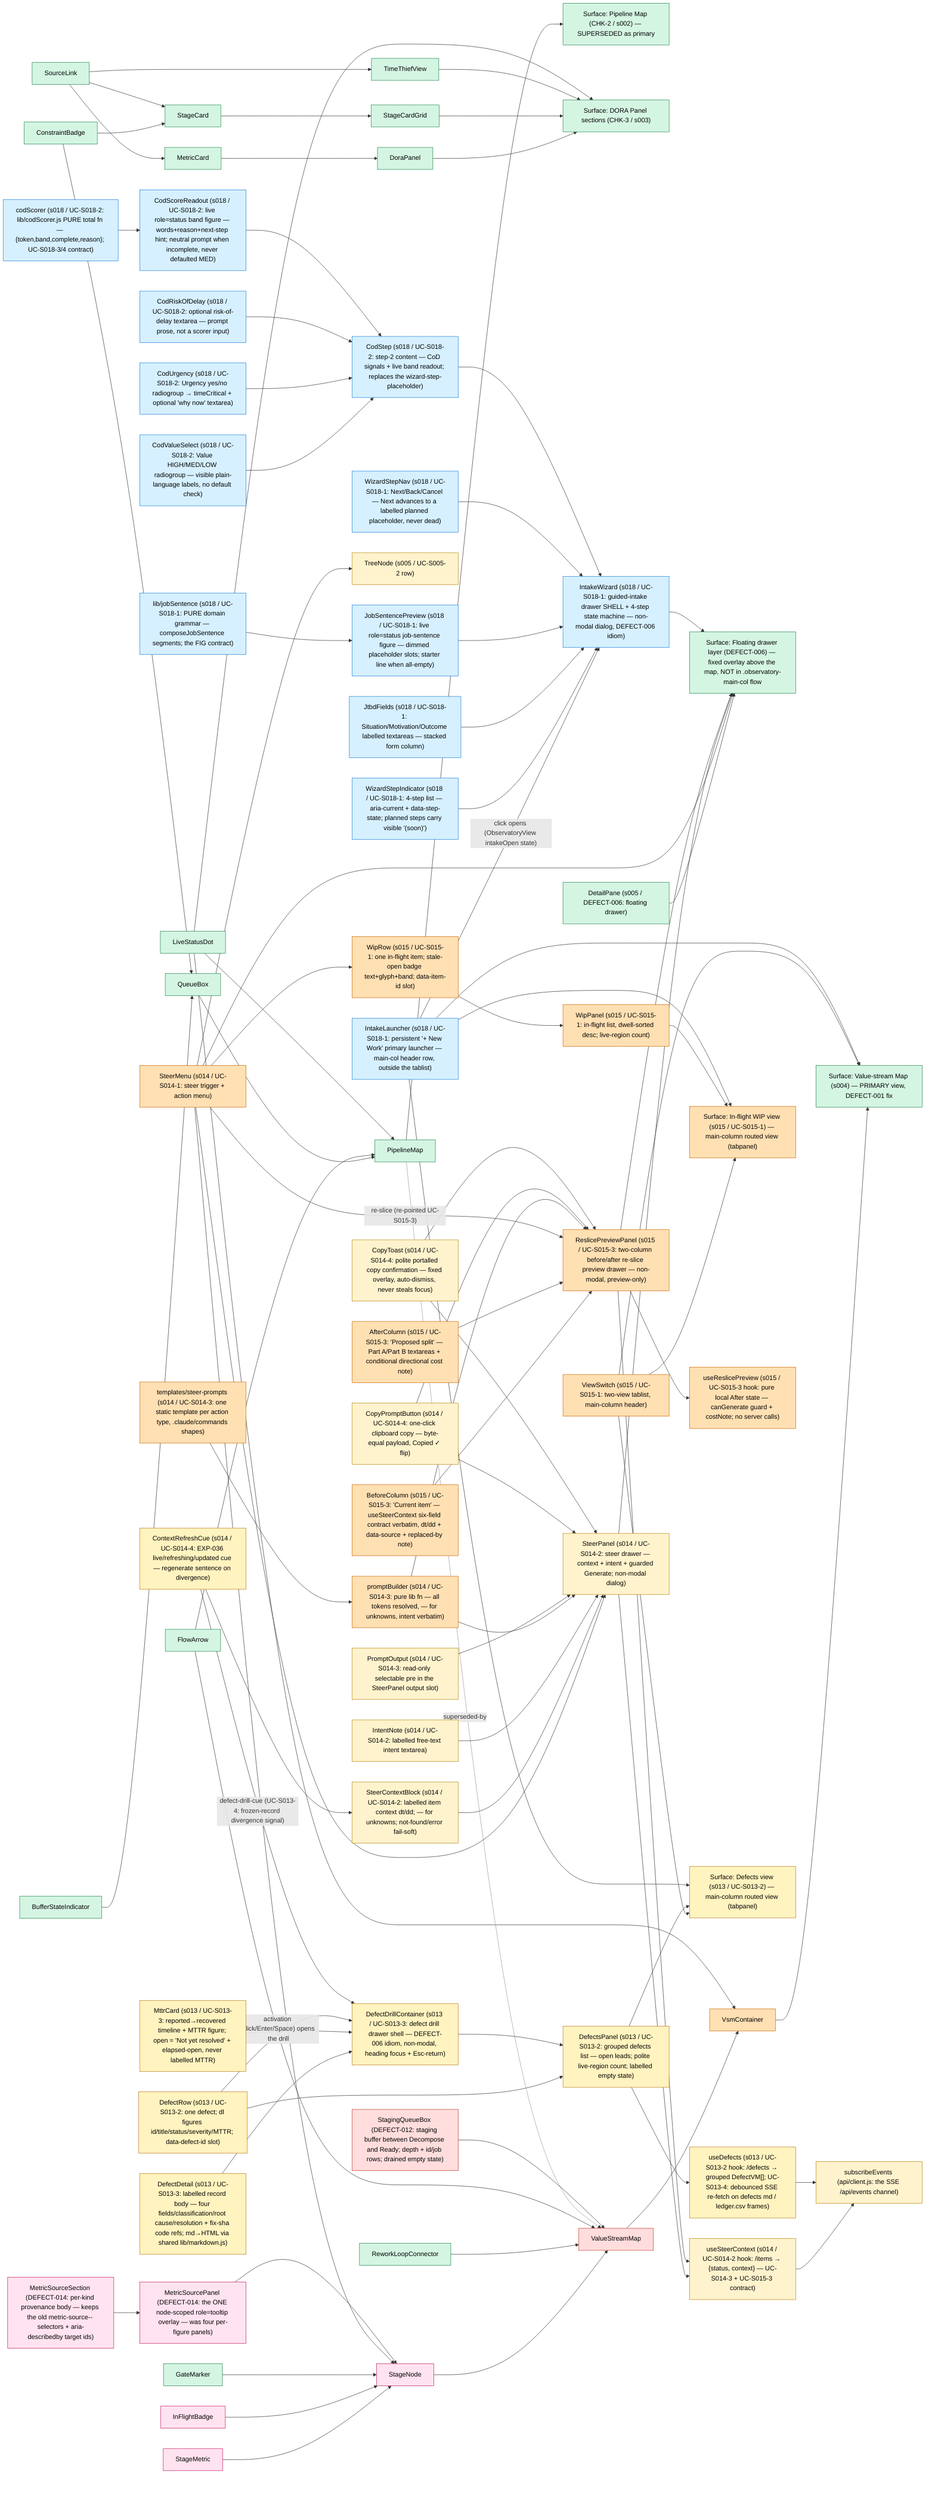
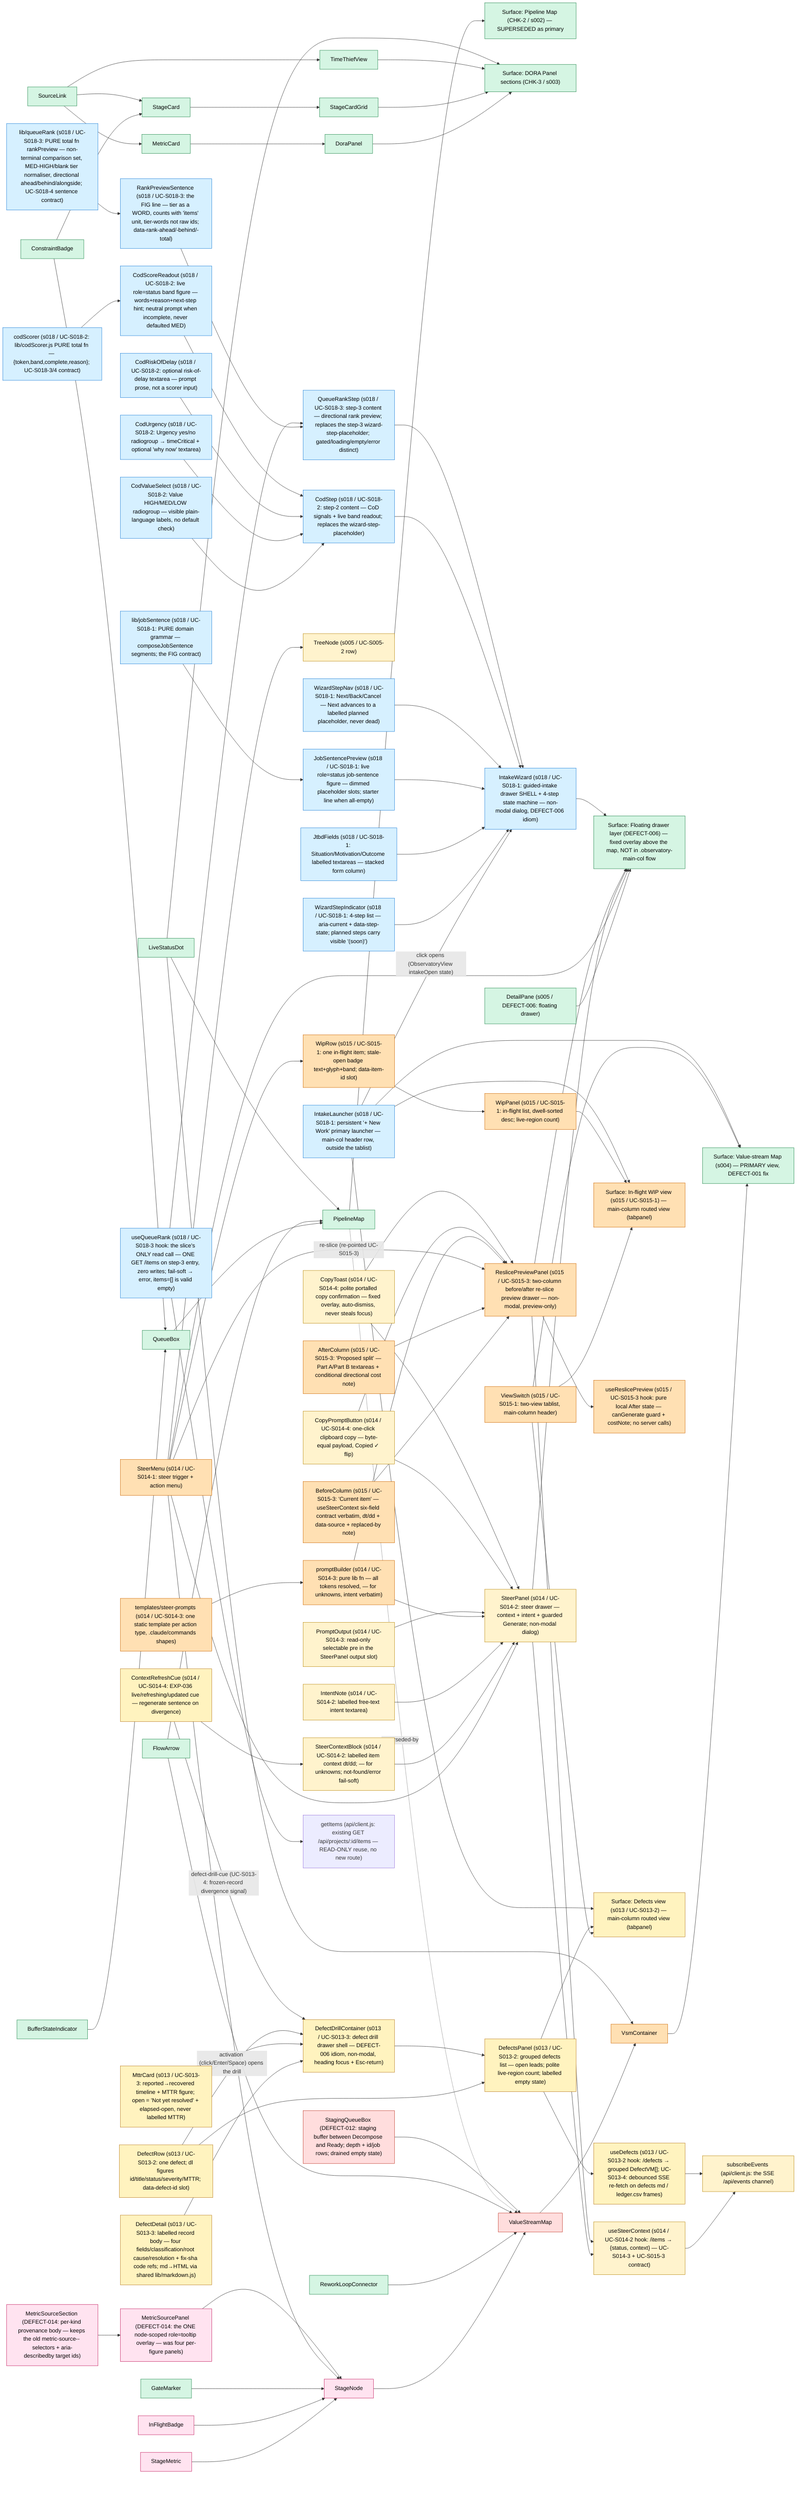
%% Observatory UI change-impact model — design-system components -> surfaces that use them.
%% Owner: ui-designer. Edges = "used by". Nodes/edges added or re-pointed in a commit
%% are marked `class ... changed` in the SAME commit; the tester consumes the marks
%% as the UI test-plan input, then they are cleared at slice delivery.
%% Seeded: s002-pipeline-map (CHK-2) — DELIVERED 2026-06-09T02:22:00Z; all nodes stable.
graph LR
  %% --- surfaces ---
  PipelineMapScreen["Surface: Pipeline Map (CHK-2 / s002) — SUPERSEDED as primary"]
  DoraPanelScreen["Surface: DORA Panel sections (CHK-3 / s003)"]
  ValueStreamScreen["Surface: Value-stream Map (s004) — PRIMARY view, DEFECT-001 fix"]
  ObservatoryDrawerLayer["Surface: Floating drawer layer (DEFECT-006) — fixed overlay above the map, NOT in .observatory-main-col flow"]

  %% --- design-system components ---
  PipelineMap["PipelineMap"]
  QueueBox["QueueBox"]
  BufferStateIndicator["BufferStateIndicator"]
  ConstraintBadge["ConstraintBadge"]
  FlowArrow["FlowArrow"]
  LiveStatusDot["LiveStatusDot"]
  DoraPanel["DoraPanel"]
  MetricCard["MetricCard"]
  StageCardGrid["StageCardGrid"]
  StageCard["StageCard"]
  TimeThiefView["TimeThiefView"]
  SourceLink["SourceLink"]
  %% s004 value-stream components (DEFECT-001 fix) — mounted as the PRIMARY view
  VsmContainer["VsmContainer"]
  ValueStreamMap["ValueStreamMap"]
  StageNode["StageNode"]
  StageMetric["StageMetric"]
  InFlightBadge["InFlightBadge"]
  GateMarker["GateMarker"]
  ReworkLoopConnector["ReworkLoopConnector"]

  %% --- used-by edges ---
  PipelineMap --> PipelineMapScreen
  QueueBox --> PipelineMap
  BufferStateIndicator --> QueueBox
  ConstraintBadge --> QueueBox
  FlowArrow --> PipelineMap
  LiveStatusDot --> PipelineMap
  %% CHK-3 (s003) used-by edges
  DoraPanel --> DoraPanelScreen
  StageCardGrid --> DoraPanelScreen
  TimeThiefView --> DoraPanelScreen
  MetricCard --> DoraPanel
  StageCard --> StageCardGrid
  ConstraintBadge --> StageCard
  SourceLink --> MetricCard
  SourceLink --> StageCard
  SourceLink --> TimeThiefView
  LiveStatusDot --> DoraPanelScreen
  %% s004 (DEFECT-001) used-by edges — the value-stream map becomes the primary surface.
  %% Runtime routing path: main.jsx mounts VsmContainer (NOT MapContainer) → ValueStreamMap.
  VsmContainer --> ValueStreamScreen
  ValueStreamMap --> VsmContainer
  StageNode --> ValueStreamMap
  StageMetric --> StageNode
  InFlightBadge --> StageNode
  GateMarker --> StageNode
  ReworkLoopConnector --> ValueStreamMap
  FlowArrow --> ValueStreamMap
  LiveStatusDot --> VsmContainer
  %% supersession: PipelineMap is no longer mounted as the primary view (still in tree, tested).
  PipelineMap -. superseded-by .-> ValueStreamMap

  %% DEFECT-006: DetailPane RE-POINTED — was an in-flow sibling of ValueStreamMap inside
  %% .observatory-main-col (reflowed the map); now a position:fixed floating drawer on its
  %% own overlay layer. The re-point is the regression-guard input for the tester (GEO-S005-3b).
  DetailPane["DetailPane (s005 / DEFECT-006: floating drawer)"]
  DetailPane --> ObservatoryDrawerLayer

  %% s014 / UC-S014-1: SteerMenu (NEW) — per-item steer trigger + body-portalled
  %% role=menu popover (4 action types). Composed READ-ONLY into the queue chips
  %% (StageNode) and the tree rows (TreeNode); onSteer(itemId, actionType) prop
  %% slot threads VsmContainer→ValueStreamMap→StageNode and WorkItemTree→TreeNode
  %% (no host logic change). The popover renders on the fixed-overlay layer
  %% (DEFECT-006 discipline) — zero flow height, own stacking context.
  %% NOTE for tester: trigger carries data-steer-item-id (NOT data-item-id — that
  %% stays the treeitem's unique selector); MetricSource reveal panels are now
  %% pointer-events:none so they cannot intercept clicks on the chips' triggers.
  TreeNode["TreeNode (s005 / UC-S005-2 row)"]
  SteerMenu["SteerMenu (s014 / UC-S014-1: steer trigger + action menu)"]
  SteerMenu --> StageNode
  SteerMenu --> TreeNode
  SteerMenu --> ObservatoryDrawerLayer

  %% s014 / UC-S014-2: SteerPanel (NEW) — the right-anchored NON-MODAL steer
  %% drawer the SteerMenu opens (DetailPane drawer IDIOM, not the component):
  %% position:fixed + portalled to document.body, z = --z-drawer + 1 (topmost
  %% over a co-open DetailPane). Regions: header → SteerContextBlock (labelled
  %% dt/dd context, data-source anchor) → IntentNote textarea → guarded
  %% "Generate prompt" (aria-disabled until ≥1 char) → UC-S014-3 output SLOT.
  %% Data: useSteerContext(itemId) fetches the EXISTING /items endpoint
  %% (READ-ONLY; no new route) → {status, context} — the contract UC-S014-3
  %% (promptBuilder) and UC-S015-3 (ReslicePreviewPanel) consume verbatim.
  %% RUNTIME ROUTING for the tester: ObservatoryView now OWNS the steer gesture
  %% — onSteer threads ObservatoryView→WorkItemTreeContainer→WorkItemTree→
  %% TreeNode→SteerMenu AND ObservatoryView→VsmContainer→ValueStreamMap→
  %% StageNode→SteerMenu (UC-S014-1's stub destination is now real); selection
  %% mounts SteerPanelContainer as a layout sibling (body-portalled overlay).
  %% Esc/×/Cancel close → focus RETURNS to the opening steer trigger.
  SteerPanel["SteerPanel (s014 / UC-S014-2: steer drawer — context + intent + guarded Generate; non-modal dialog)"]
  SteerContextBlock["SteerContextBlock (s014 / UC-S014-2: labelled item context dt/dd; — for unknowns; not-found/error fail-soft)"]
  IntentNote["IntentNote (s014 / UC-S014-2: labelled free-text intent textarea)"]
  UseSteerContext["useSteerContext (s014 / UC-S014-2 hook: /items → {status, context} — UC-S014-3 + UC-S015-3 contract)"]
  SteerMenu --> SteerPanel
  SteerPanel --> UseSteerContext
  SteerContextBlock --> SteerPanel
  IntentNote --> SteerPanel
  SteerPanel --> ObservatoryDrawerLayer

  %% s014 / UC-S014-3 THIS commit: promptBuilder (NEW) — PURE lib fn (steer
  %% action type + SteerContext + intent note → filled slash-command prompt;
  %% client-side only, NO server call on Generate). Templates are STATIC
  %% strings, one per action type, shapes matching the committed
  %% .claude/commands (/defect's four REAL fields expected/actual/intent/
  %% importance; /intake priority update; /slice-next re-slice; freeform
  %% custom). RUNTIME ROUTING for the tester: SteerPanelContainer (NOT
  %% ObservatoryView — untouched this UC) owns generation — panel onGenerate →
  %% buildPrompt → `prompt` prop → PromptOutput <pre> rendered INSIDE the
  %% UC-S014-2 reserved slot (prompt-output-slot). Output is SELECTABLE text
  %% (user-select: text); prompt carries item id WITH job sentence + operator
  %% intent VERBATIM, never raw row refs (no sourceRef path / row:N). Copy
  %% button/toast + SSE refresh are UC-S014-4 — pinned ABSENT by
  %% SteerPanelPrompt.test.jsx.
  PromptBuilder["promptBuilder (s014 / UC-S014-3: pure lib fn — all tokens resolved, — for unknowns, intent verbatim)"]
  SteerPromptTemplates["templates/steer-prompts (s014 / UC-S014-3: one static template per action type, .claude/commands shapes)"]
  PromptOutput["PromptOutput (s014 / UC-S014-3: read-only selectable pre in the SteerPanel output slot)"]
  PromptBuilder --> SteerPanel
  SteerPromptTemplates --> PromptBuilder
  PromptOutput --> SteerPanel

  %% s014 / UC-S014-4 THIS commit (part 1 — SSE seam): useSteerContext gains a
  %% DEBOUNCED subscribeEvents → in-place refresh (the useWipItems idiom): a
  %% relevant items.csv change frame re-fetches the context WITHOUT a loading
  %% reset (old context stays displayed; additive `refreshing` flag exposed for
  %% the ContextRefreshCue). Fail-soft without EventSource (jsdom → static).
  %% RUNTIME ROUTING for the tester: the refresh updates the CONTEXT BLOCK ONLY
  %% — prompt state lives in SteerPanelContainer and mutates exclusively on an
  %% explicit Generate press (PROMPT-FREEZE-1).
  SubscribeEvents["subscribeEvents (api/client.js: the SSE /api/events channel)"]
  UseSteerContext --> SubscribeEvents

  %% s014 / UC-S014-4 THIS commit (part 2 — copy + toast + cue; slice FINAL UC):
  %% CopyPromptButton (NEW) — one-click clipboard handoff INSIDE
  %% prompt-output-slot, AFTER the <pre> (tab order prompt → copy); copies the
  %% prompt prop BYTE-EQUAL to the displayed <pre> (PROMPT-COPY-1); label
  %% "Copy prompt" → "Copied ✓" (accessible name matches /copy/i in BOTH
  %% states); failed write shows NO success cue. CopyToast (NEW) — polite
  %% status region (role=status aria-live=polite), portalled to document.body
  %% + position:fixed (zero flow height — GEO-S014-4-1), auto-dismisses after
  %% --dur-toast (ONE new token), never takes focus. ContextRefreshCue (NEW) —
  %% the EXP-036 stale/live cue (LiveStatusDot idiom) on the context block:
  %% live/refreshing/updated; `updated` = "Context updated — regenerate to
  %% refresh the prompt" (the PROMPT-FREEZE-1 divergence signal; cue state is
  %% derived in SteerPanelContainer from `refreshing` + a context snapshot
  %% taken at the last Generate). RUNTIME ROUTING for the tester: SSE frame →
  %% useSteerContext refresh → context block re-renders IN PLACE; prompt state
  %% (SteerPanelContainer) is untouched — only an explicit Generate press
  %% rebuilds it. UC-S014-3's copy/toast ABSENT pins are FLIPPED in this
  %% commit (pin-flip ledger, ui-design.md UC-S014-4).
  CopyPromptButton["CopyPromptButton (s014 / UC-S014-4: one-click clipboard copy — byte-equal payload, Copied ✓ flip)"]
  CopyToast["CopyToast (s014 / UC-S014-4: polite portalled copy confirmation — fixed overlay, auto-dismiss, never steals focus)"]
  ContextRefreshCue["ContextRefreshCue (s014 / UC-S014-4: EXP-036 live/refreshing/updated cue — regenerate sentence on divergence)"]
  CopyPromptButton --> SteerPanel
  CopyToast --> SteerPanel
  ContextRefreshCue --> SteerContextBlock

  %% s015 / UC-S015-1: WIP navigation panel — ROUTED VIEW (EXP-016). ObservatoryView's
  %% main column gains a ViewSwitch tablist ("Pipeline" | "In-flight WIP") that swaps
  %% the column content between VsmContainer (default) and WipPanel. The two surfaces
  %% NEVER co-exist (inactive tabpanel is hidden AND empty → genuinely unmounted), so
  %% there is no overlay-reflow failure mode by construction (GEO-S015-1).
  %% RUNTIME ROUTING CHANGE for the tester: VsmContainer is now mounted CONDITIONALLY
  %% inside the pipeline tabpanel (was: unconditionally in .observatory-main-col) —
  %% GEO-S015-1 pins that switch-away-and-back restores a byte-identical VSM bbox.
  %% WipRow carries data-item-id — the composition slot UC-S015-2's SteerMenu reads.
  WipViewScreen["Surface: In-flight WIP view (s015 / UC-S015-1) — main-column routed view (tabpanel)"]
  ViewSwitch["ViewSwitch (s015 / UC-S015-1: two-view tablist, main-column header)"]
  WipPanel["WipPanel (s015 / UC-S015-1: in-flight list, dwell-sorted desc; live-region count)"]
  WipRow["WipRow (s015 / UC-S015-1: one in-flight item; stale-open badge text+glyph+band; data-item-id slot)"]
  ViewSwitch --> ValueStreamScreen
  ViewSwitch --> WipViewScreen
  WipPanel --> WipViewScreen
  WipRow --> WipPanel

  %% s015 / UC-S015-2 THIS commit: SteerMenu composed READ-ONLY into WipRow as the
  %% trailing row element (the TreeNode/StageNode idiom; trigger rides
  %% data-steer-item-id, the row keeps data-item-id unique). RUNTIME ROUTING for
  %% the tester: onSteer threads ObservatoryView→WipPanelContainer→WipPanel→
  %% WipRow→SteerMenu; ALL FOUR actions (incl. re-slice — explicit no-dead-end,
  %% interim until UC-S015-3 re-points that one branch) open the EXISTING
  %% SteerPanel with the item pre-loaded; close returns focus to the WIP-row trigger.
  SteerMenu --> WipRow

  %% s015 / UC-S015-3 THIS commit: ReslicePreviewPanel (NEW) — the two-column
  %% before/after re-slice preview drawer. SIBLING of SteerPanel in the SAME
  %% drawer family (steer-panel.css idiom REUSED: fixed + body-portalled +
  %% z-drawer+1, non-modal, focus move/return, Esc/×/Cancel) — style reuse,
  %% NOT component composition. Regions: h2 header → TWO-COLUMN body
  %% (BeforeColumn "Current item" = the useSteerContext six-field contract
  %% rendered VERBATIM, dt/dd + data-source | AfterColumn "Proposed split" =
  %% part-a-job/part-b-job textareas + directional cost note ONLY when both
  %% parts non-empty) → intent textarea → guarded "Looks right — generate
  %% prompt" (aria-disabled until ALL THREE fields non-empty) → reserved
  %% prompt-output-slot pinned EMPTY (prompt rendering is UC-S015-4).
  %% useReslicePreview (NEW hook) — PURE LOCAL After-state (no server calls).
  %% RUNTIME ROUTING CHANGE for the tester (RESLICE-DISPATCH-1): the
  %% ObservatoryView steer dispatch is RE-POINTED for ONE action —
  %% actionType==='re-slice' now mounts ReslicePreviewPanelContainer; the
  %% other three actions still mount SteerPanelContainer. Holds from EVERY
  %% SteerMenu origin (WIP row, tree row, VSM chip) — per-action, not
  %% per-origin. PREVIEW-ONLY: writes nothing; Generate's only output is the
  %% onGenerate({itemId, context, partAJob, partBJob, intentNote}) seam —
  %% UC-S015-4's verbatim input contract.
  ReslicePreviewPanel["ReslicePreviewPanel (s015 / UC-S015-3: two-column before/after re-slice preview drawer — non-modal, preview-only)"]
  BeforeColumn["BeforeColumn (s015 / UC-S015-3: 'Current item' — useSteerContext six-field contract verbatim, dt/dd + data-source + replaced-by note)"]
  AfterColumn["AfterColumn (s015 / UC-S015-3: 'Proposed split' — Part A/Part B textareas + conditional directional cost note)"]
  UseReslicePreview["useReslicePreview (s015 / UC-S015-3 hook: pure local After state — canGenerate guard + costNote; no server calls)"]
  BeforeColumn --> ReslicePreviewPanel
  AfterColumn --> ReslicePreviewPanel
  ReslicePreviewPanel --> UseSteerContext
  ReslicePreviewPanel --> UseReslicePreview
  ReslicePreviewPanel --> ObservatoryDrawerLayer
  %% the RE-POINTED dispatch edge: SteerMenu's re-slice action now lands here
  %% (the other three actions keep their SteerMenu --> SteerPanel adjacency).
  SteerMenu -- "re-slice (re-pointed UC-S015-3)" --> ReslicePreviewPanel

  %% s015 / UC-S015-4 THIS commit: the reserved prompt-output-slot is no longer
  %% pinned EMPTY — ReslicePreviewPanelContainer now OWNS prompt generation:
  %% on Generate it calls the ENRICHED buildPrompt('re-slice', context,
  %% intentNote, {partAJob, partBJob}) (PromptBuilder gained the optional 4th
  %% arg; templates/steer-prompts/re-slice.js gained the named
  %% RESLICE_SPLIT_TEMPLATE with {{part_a_job}}/{{part_b_job}} — the plain
  %% default export is byte-identical to s014, all 3-arg call sites unchanged)
  %% and renders the result into the slot via the s014 PromptOutput idiom
  %% (mono/40vh/selectable <pre>) with the DELIVERED CopyPromptButton +
  %% CopyToast REUSED (byte-equal clipboard, polite toast — not forked).
  %% PROMPT-FREEZE-1 inherited: prompt state lives in the container and
  %% mutates ONLY on an explicit Generate; SSE context refresh re-renders the
  %% Before column, never the prompt. NOTE for tester: the UC-S015-3 e2e pin
  %% "slot stays EMPTY after Generate" is FLIPPED (traceably, in
  %% reslice-preview.spec.js); content/GEO/copy pins live in
  %% e2e/reslice-prompt.spec.js + the REUSE_SERVER=1 real-data probe
  %% e2e/reslice-prompt-real-data.spec.js.
  PromptBuilder --> ReslicePreviewPanel
  CopyPromptButton --> ReslicePreviewPanel
  CopyToast --> ReslicePreviewPanel

  %% DEFECT-012: StagingQueueBox (NEW) — the staging buffer ("decomposed,
  %% awaiting triage") rendered INSIDE ValueStreamMap's queue lane BETWEEN the
  %% Decompose and Ready stage nodes, wrapped with two MiniArrows in the
  %% .staging-handoff flex item (replaces the old decompose→ready FlowArrow).
  %% Data: VsmContainer loads GET /queues/staging (getStagingQueue) and passes
  %% the {queue,depth,rows} envelope down; re-fetches on a staging.csv SSE frame.
  %% NOTE for tester: box is NOT focusable (A11Y-3 tab walk unchanged); testid
  %% staging-buffer (NOT stage-*); depth 0 renders an explicit drained state.
  StagingQueueBox["StagingQueueBox (DEFECT-012: staging buffer between Decompose and Ready; depth + id/job rows; drained empty state)"]
  StagingQueueBox --> ValueStreamMap

  %% s013 / UC-S013-2: Defects view — THIRD ROUTED VIEW in the main column.
  %% ViewSwitch (s015, EXTENDED — no fork: the TABS table grew to three; the
  %% active/onSelect contract is unchanged) now fans out to THREE view screens.
  %% DefectsPanel lists the /defects records grouped CONFIRMED-first then CLOSED
  %% (grouping/sort in useDefects — the panel is pure render); same hidden-AND-
  %% empty tabpanel discipline as the WIP view (GEO-S013-2-1: lossless switch).
  %% NOTE for tester: DefectRow carries data-defect-id (NOT data-item-id — that
  %% stays the tree/WIP unique contract) — the slot UC-S013-3's drill composes
  %% against. Open row cue = "OPEN" text + ⚠ glyph + --c-state-over band (never
  %% colour alone); ledger-only null severity renders "—"; open MTTR renders
  %% "open", never "0". Heading focus is a LAYOUT effect (sha 0c2b49c idiom —
  %% deterministic on mount, never racing a re-render).
  DefectsViewScreen["Surface: Defects view (s013 / UC-S013-2) — main-column routed view (tabpanel)"]
  DefectsPanel["DefectsPanel (s013 / UC-S013-2: grouped defects list — open leads; polite live-region count; labelled empty state)"]
  DefectRow["DefectRow (s013 / UC-S013-2: one defect; dl figures id/title/status/severity/MTTR; data-defect-id slot)"]
  ViewSwitch --> DefectsViewScreen
  DefectsPanel --> DefectsViewScreen
  DefectRow --> DefectsPanel

  %% s013 / UC-S013-3: defect drill-down + MTTR card. DefectDrillContainer is
  %% the THIRD consumer of the DEFECT-006 floating-drawer IDIOM (after
  %% DetailPane + SteerPanel) — position:fixed, body-portalled, drawer tokens,
  %% NON-modal; DetailPane.jsx itself NOT edited (item-coupled, read-only reuse
  %% slot shared with UC-S005-3). The drill is a PURE PROJECTION of the raw
  %% record the list hook already holds (record rides the DefectVM — no extra
  %% fetch, no server change). DefectDetail renders the seven md-bearing fields
  %% through the SHARED lib/markdown.js transform (mdToHtml FACTORED OUT of
  %% ArtifactView this commit — one markdown path in the codebase). MttrCard
  %% owns the duration humanisation (reuses formatMttr from useDefects);
  %% open state = "Not yet resolved" + elapsed figure NEVER labelled "MTTR".
  %% NOTE for tester: row trigger data-testid=defect-row-trigger (role=button,
  %% Enter+Space); data-defect-id continuity row → drawer; Esc/× returns focus
  %% to the originating row; GEO-S013-3-1 pure-overlay invariant.
  DefectDrillContainer["DefectDrillContainer (s013 / UC-S013-3: defect drill drawer shell — DEFECT-006 idiom, non-modal, heading focus + Esc-return)"]
  DefectDetail["DefectDetail (s013 / UC-S013-3: labelled record body — four fields/classification/root cause/resolution + fix-sha code refs; md→HTML via shared lib/markdown.js)"]
  MttrCard["MttrCard (s013 / UC-S013-3: reported→recovered timeline + MTTR figure; open = 'Not yet resolved' + elapsed-open, never labelled MTTR)"]
  DefectDetail --> DefectDrillContainer
  MttrCard --> DefectDrillContainer
  DefectRow -->|"activation (click/Enter/Space) opens the drill"| DefectDrillContainer
  DefectDrillContainer --> DefectsPanel

  %% s013 / UC-S013-4 THIS commit — SSE live refresh for the defects view
  %% (slice FINAL UC). UseDefects (the UC-S013-2 hook, now surfaced as a node —
  %% the SSE seam must be visible) gains the useWipItems DEBOUNCED
  %% subscribeEvents → in-place refresh; RELEVANT frames are defects/*.md AND
  %% ledger.csv (MTTR is a ledger join), unlike the items.csv-only steer hook.
  %% Refresh is IN-PLACE (no remount/loading flash; the polite count line in
  %% DefectsPanel is the announce slot). DRILL FREEZE (EXP-036, the
  %% PROMPT-FREEZE idiom): DefectsPanelContainer snapshots {id,record} at
  %% activation; on divergence the open drawer stays FROZEN and a
  %% ContextRefreshCue (SECOND consumer — testId/wording now injectable,
  %% steer defaults byte-identical) flips to 'updated' ("Record updated —
  %% re-open to refresh"); content refreshes only on explicit row
  %% re-activation; a refresh that DROPS the selected id closes the drill
  %% gracefully. RUNTIME ROUTING for the tester: SSE frame → useDefects
  %% re-fetch → list + count line update live; open drawer NEVER silently
  %% mutates (defect-drill-cue is the divergence signal).
  UseDefects["useDefects (s013 / UC-S013-2 hook: /defects → grouped DefectVM[]; UC-S013-4: debounced SSE re-fetch on defects md / ledger.csv frames)"]
  DefectsPanel --> UseDefects
  UseDefects --> SubscribeEvents
  ContextRefreshCue -->|"defect-drill-cue (UC-S013-4: frozen-record divergence signal)"| DefectDrillContainer

  %% s018 / UC-S018-1 THIS commit: guided cost-of-delay intake — wizard SHELL +
  %% JTBD step 1. IntakeLauncher (NEW) is a persistent primary button in the
  %% .observatory-main-col header ROW beside the ViewSwitch tablist (OUTSIDE
  %% role=tablist; the tablist keeps its pre-s018 left-anchored bbox — the
  %% launcher rides margin-left:auto on the RIGHT, a deliberate GEO-S018-1-3
  %% resolution of the ui-design left/right freedom). Persistent across ALL
  %% THREE routed views (it lives in the header, not a tabpanel). IntakeWizard
  %% (NEW) is the FIFTH consumer of the DEFECT-006 drawer idiom (css idiom
  %% reuse, NOT component composition): body-portalled fixed NON-modal dialog,
  %% z-drawer+1, --wizard-width (the ONE new token). It OWNS the 4-step state
  %% machine (the UC-S018-2/3/4 mount seam); step 1 built (JtbdFields three
  %% labelled textareas + JobSentencePreview role=status live figure fed by
  %% the PURE lib/jobSentence.js grammar — never "undefined"; all-empty →
  %% starter line); steps 2-4 planned-not-dead (Next → labelled
  %% wizard-step-placeholder, Back preserves the draft). NO-WRITE: step 1
  %% issues ZERO network calls of any kind (first read lands in UC-S018-3).
  %% RUNTIME ROUTING for the tester: ObservatoryView delta is MINIMAL — one
  %% intakeOpen useState + a header row wrapping [ViewSwitch][IntakeLauncher] +
  %% one conditional IntakeWizard drawer sibling; the view union / TABS /
  %% tabpanels are UNTOUCHED (pinned by ObservatoryViewIntake.test.jsx).
  %% Esc/×/Cancel close → focus returns to the launcher; heading focus on open.
  IntakeLauncher["IntakeLauncher (s018 / UC-S018-1: persistent '+ New Work' primary launcher — main-col header row, outside the tablist)"]
  IntakeWizard["IntakeWizard (s018 / UC-S018-1: guided-intake drawer SHELL + 4-step state machine — non-modal dialog, DEFECT-006 idiom)"]
  WizardStepIndicator["WizardStepIndicator (s018 / UC-S018-1: 4-step list — aria-current + data-step-state; planned steps carry visible '(soon)')"]
  JtbdFields["JtbdFields (s018 / UC-S018-1: Situation/Motivation/Outcome labelled textareas — stacked form column)"]
  JobSentencePreview["JobSentencePreview (s018 / UC-S018-1: live role=status job-sentence figure — dimmed placeholder slots; starter line when all-empty)"]
  WizardStepNav["WizardStepNav (s018 / UC-S018-1: Next/Back/Cancel — Next advances to a labelled planned placeholder, never dead)"]
  JobSentenceLib["lib/jobSentence (s018 / UC-S018-1: PURE domain grammar — composeJobSentence segments; the FIG contract)"]
  IntakeLauncher --> ValueStreamScreen
  IntakeLauncher --> WipViewScreen
  IntakeLauncher --> DefectsViewScreen
  IntakeLauncher -- "click opens (ObservatoryView intakeOpen state)" --> IntakeWizard
  IntakeWizard --> ObservatoryDrawerLayer
  WizardStepIndicator --> IntakeWizard
  JtbdFields --> IntakeWizard
  JobSentencePreview --> IntakeWizard
  WizardStepNav --> IntakeWizard
  JobSentenceLib --> JobSentencePreview

  %% s018 / UC-S018-2 THIS commit: the real CoD signals step + value-token scorer.
  %% CodStep (NEW) REPLACES the step-2 wizard-step-placeholder — it is the content
  %% IntakeWizard mounts when currentStep === 2 (the shell's existing mount seam;
  %% the shell's step machine / indicator / nav / drawer / de-emphasis rule are
  %% UNTOUCHED and MUST NOT regress — A11Y-S018-2-11 re-asserts the inherited e2e
  %% a11y pin). CodValueSelect (NEW) = native fieldset/legend "Value" + three
  %% radios with VISIBLE plain-language labels (NOT a select — that hides the
  %% descriptions, +1 click, bare-token FIG violation); no default check (unset
  %% signal is real). CodUrgency (NEW) = a yes/no radiogroup (the scorer's
  %% timeCritical input) + an optional "why now" textarea. CodRiskOfDelay (NEW) =
  %% one optional labelled textarea (prompt prose, NOT a scorer input this slice).
  %% CodScoreReadout (NEW) = the live role=status band figure: band AS WORDS +
  %% reason + a next-step hint when complete; a NEUTRAL prompt (never a defaulted
  %% MED/0/blank) when inputs are incomplete (FIG empty≠score). codScorer (NEW,
  %% lib/codScorer.js) = the PURE total deterministic value-token fn
  %% scoreCod({value,timeCritical}) -> {token,band,complete,reason} — (HIGH&true)
  %% →HIGH, (LOW&false)→LOW, every other CHOSEN combo→MED, incomplete→null (NOT
  %% MED). Output is the UC-S018-3 (useQueueRank reads `token`) + UC-S018-4
  %% (prompt "value: … reasoning" reads `reason`) contract; `band` is kept
  %% separate from `token` so a future graded WSJF/CD3 score can widen without
  %% breaking consumers. NO-WRITE: step 2 issues ZERO network calls of any kind;
  %% the scorer is pure client-side (first read still lands in UC-S018-3).
  %% RUNTIME ROUTING for the tester: IntakeWizard lifts the CoD field state
  %% (alongside the JTBD draft) and calls scoreCod, passing the CodScore down to
  %% CodStep (pure render); the step swap is an INTERNAL content change inside
  %% the fixed drawer — GEO-S018-2-1 pins zero external reflow.
  CodStep["CodStep (s018 / UC-S018-2: step-2 content — CoD signals + live band readout; replaces the wizard-step-placeholder)"]
  CodValueSelect["CodValueSelect (s018 / UC-S018-2: Value HIGH/MED/LOW radiogroup — visible plain-language labels, no default check)"]
  CodUrgency["CodUrgency (s018 / UC-S018-2: Urgency yes/no radiogroup → timeCritical + optional 'why now' textarea)"]
  CodRiskOfDelay["CodRiskOfDelay (s018 / UC-S018-2: optional risk-of-delay textarea — prompt prose, not a scorer input)"]
  CodScoreReadout["CodScoreReadout (s018 / UC-S018-2: live role=status band figure — words+reason+next-step hint; neutral prompt when incomplete, never defaulted MED)"]
  CodScorer["codScorer (s018 / UC-S018-2: lib/codScorer.js PURE total fn — {token,band,complete,reason}; UC-S018-3/4 contract)"]
  CodStep --> IntakeWizard
  CodValueSelect --> CodStep
  CodUrgency --> CodStep
  CodRiskOfDelay --> CodStep
  CodScoreReadout --> CodStep
  CodScorer --> CodScoreReadout
+ 
+   %% s018 / UC-S018-3 THIS commit: the real queue-rank preview step. QueueRankStep
+   %% (NEW) REPLACES the surviving step-3 wizard-step-placeholder — the content
+   %% IntakeWizard mounts when currentStep === 3 (the shell's else-branch; the step
+   %% machine / indicator de-emphasis rule / nav / drawer / focus contract are
+   %% UNTOUCHED and MUST NOT regress — A11Y-S018-3-8 re-asserts the inherited
+   %% planned-step e2e a11y pin; step 3 loses its '(soon)' tag, step 4 keeps it).
+   %% useQueueRank (NEW, hooks/useQueueRank.js) is the slice's FIRST AND ONLY read
+   %% call — getActive + getItems(project) = ONE GET /api/projects/:id/items, ZERO
+   %% writes; fetched on the hook's MOUNT (= step-3 entry, NOT on wizard open: an
+   %% operator who cancels at step 1 issues zero calls); NO re-fetch on a tier
+   %% change (the item set is stable; the rank RE-DERIVES locally). queueRank (NEW,
+   %% lib/queueRank.js) is the PURE total directional-rank fn rankPreview({token,
+   %% items}) -> {complete,total,ahead,behind,alongside,token,sentence,empty}:
+   %% comparison set = NON-TERMINAL items (planned|unconfirmed|in-flight|active;
+   %% EXCLUDES done/dropped — exported predicate); tier normaliser HIGH→3 /
+   %% MED-HIGH→2.5 / MED→2 / LOW→1 / blank→2 (the real items.csv carries MED-HIGH +
+   %% blanks — counted at MED-equivalent, never dropped); ahead/behind = strictly-
+   %% greater/lesser ordinal counts, alongside = same-tier peers (counts add up).
+   %% RankPreviewSentence (the FIG surface) = a role=status live line: tier as a
+   %% WORD ('HIGH value'), counts WITH the unit 'items', tier-words not raw ids,
+   %% data-rank-ahead/-behind/-total numeric cross-check hooks. FOUR textually-
+   %% distinct states: gated (CoD incomplete → prompt to finish step 2, NEVER a
+   %% fabricated rank) / loading ('Reading the live queue…') / ready-empty (empty
+   %% queue ≠ broken: 'your item would be next') / error (fail-soft, never a
+   %% 0-rank). NO-WRITE/READ-ONLY: exactly one GET, zero writes; the write-guard
+   %% 405 stays active. RUNTIME ROUTING for the tester: the step swap is an INTERNAL
+   %% content change inside the fixed drawer — GEO-S018-3-1 pins zero external
+   %% reflow; the resulting RankPreview is lifted to IntakeWizard (beside codScore)
+   %% so UC-S018-4's intakePromptBuilder reads rank.sentence verbatim for the prompt
+   %% rank line (OMITS it when !complete; empty-queue sentence when empty).
+   QueueRankStep["QueueRankStep (s018 / UC-S018-3: step-3 content — directional rank preview; replaces the step-3 wizard-step-placeholder; gated/loading/empty/error distinct)"]
+   RankPreviewSentence["RankPreviewSentence (s018 / UC-S018-3: the FIG line — tier as a WORD, counts with 'items' unit, tier-words not raw ids; data-rank-ahead/-behind/-total)"]
+   UseQueueRank["useQueueRank (s018 / UC-S018-3 hook: the slice's ONLY read call — ONE GET /items on step-3 entry, zero writes; fail-soft → error, items=[] is valid empty)"]
+   QueueRankLib["lib/queueRank (s018 / UC-S018-3: PURE total fn rankPreview — non-terminal comparison set, MED-HIGH/blank tier normaliser, directional ahead/behind/alongside; UC-S018-4 sentence contract)"]
+   QueueRankStep --> IntakeWizard
+   RankPreviewSentence --> QueueRankStep
+   UseQueueRank --> QueueRankStep
+   QueueRankLib --> RankPreviewSentence
+   %% the read edge: useQueueRank reuses the existing /items adapter (no new route)
+   UseQueueRank --> UseItems["getItems (api/client.js: existing GET /api/projects/:id/items — READ-ONLY reuse, no new route)"]

  classDef delivered fill:#d5f5e3,stroke:#1e8449,color:#000;
  %% CHK-3 (s003) DROPPED — scope absorbed into CHK-2 restated done-condition (s004 delivered).
  %% s004 DELIVERED 2026-06-10T11:00:00Z — CHK-2 done-condition MET.
  %% DEFECT-006 FIXED — DetailPane floating-drawer re-point delivered as part of s005 (CHK-4 done 2026-06-10T19:00:00Z).
  %% All of the above: s003-changed, s004changed, defect006changed marks cleared at their delivery.
  %% (ValueStreamMap moved to def012changed below — DEFECT-012 queue-lane re-route.)
  %% (StageMetric/InFlightBadge moved to def014changed below — per-figure
  %% MetricSource render removed, aria-describedby now targets the shared panel's sections.)
  class PipelineMapScreen,PipelineMap,QueueBox,BufferStateIndicator,ConstraintBadge,FlowArrow,LiveStatusDot,DoraPanelScreen,DoraPanel,MetricCard,StageCardGrid,StageCard,TimeThiefView,SourceLink,ValueStreamScreen,VsmContainer,GateMarker,ReworkLoopConnector,DetailPane,ObservatoryDrawerLayer delivered;
  %% s014 still in-flight: UC-S014-1+2 done but UC-S014-3/4 planned; SteerMenu+StageNode+TreeNode
  %% remain in blast radius for the remaining s014 UCs (prompt builder, clipboard/SSE).
  %% UC-S014-2 THIS commit: SteerPanel/SteerContextBlock/IntentNote/useSteerContext added;
  %% SteerMenu→SteerPanel edge made real (onSteer now opens the panel — ObservatoryView +
  %% WorkItemTreeContainer carry the pass-through). Tester UI test-plan input.
  %% Convention: s014changed cleared only at full s014 slice delivery after tester final sign-off.
  classDef s014changed fill:#fff3cd,stroke:#b8860b,color:#000;
  %% UC-S014-3 THIS commit: PromptBuilder/SteerPromptTemplates/PromptOutput added;
  %% SteerPanel + its container gained the prompt prop + generation wiring
  %% (ObservatoryView untouched). Tester UI test-plan input.
  %% UC-S014-4 part 1: SubscribeEvents node + UseSteerContext --> SubscribeEvents
  %% edge added (debounced SSE in-place refresh). Part 2: CopyPromptButton/
  %% CopyToast/ContextRefreshCue added (copy handoff + EXP-036 cue); SteerPanel
  %% gained toast state + refreshCue prop; SteerPanelContainer gained the
  %% PROMPT-FREEZE-1 snapshot + cue derivation. Tester UI test-plan input.
  %% UC-S015-4: PromptBuilder + SteerPromptTemplates MOVED to s015changed below
  %% (s014 delivered 2026-06-12T15:33Z; the re-slice template/builder extension
  %% is s015's change — tester test-plan input for THIS slice).
  %% (StageNode moved to def014changed below — s014 delivered 2026-06-12T15:33Z;
  %% the composite source-panel reshape is DEF-014's change.)
  %% (ContextRefreshCue moved to s013changed below — s014 delivered
  %% 2026-06-12T15:33Z; the additive testId/wording overrides are UC-S013-4's
  %% change — second consumer, steer defaults byte-identical.)
  class SteerMenu,TreeNode,SteerPanel,SteerContextBlock,IntentNote,UseSteerContext,PromptOutput,SubscribeEvents,CopyPromptButton,CopyToast s014changed;
  %% s015 / UC-S015-1 nodes added + VsmContainer re-pointed (conditional
  %% mount inside the pipeline tabpanel); UC-S015-2 adds the SteerMenu --> WipRow
  %% edge (trailing steer composition; SteerMenu joins the s015 blast radius —
  %% it keeps its s014changed mark, s014 still in flight, but the WipRow hosting
  %% edge is s015's). Tester UI test-plan input; cleared at s015 delivery after
  %% the tester consumes.
  classDef s015changed fill:#ffe0b3,stroke:#cc6600,color:#000;
  class WipViewScreen,ViewSwitch,WipPanel,WipRow,VsmContainer,SteerMenu s015changed;
  %% DEFECT-012 — StagingQueueBox added + ValueStreamMap queue lane re-routed
  %% (decompose→staging→ready connectors); cleared at delivery after the tester consumes.
  classDef def012changed fill:#fdd,stroke:#c0392b,color:#000;
  class StagingQueueBox,ValueStreamMap def012changed;
  %% s013 / UC-S013-2 — DefectsViewScreen/DefectsPanel/DefectRow added THIS commit;
  %% ViewSwitch EXTENDED to three tabs in the same commit (it keeps its s015changed
  %% mark — s015 is still in flight — but it IS in the s013 blast radius too: the
  %% ViewSwitch --> DefectsViewScreen edge above is s013's). Tester UI test-plan
  %% input; cleared at s013 delivery after the tester consumes.
  classDef s013changed fill:#fff3bf,stroke:#b7791f,color:#000;
  %% UC-S013-3 THIS commit — DefectDrillContainer/DefectDetail/MttrCard added;
  %% DefectRow activation edge wired (the reserved drill slot). Tester UI
  %% test-plan input; cleared at s013 delivery after the tester consumes.
  %% UC-S013-4 THIS commit — UseDefects node surfaced + UseDefects -->
  %% SubscribeEvents edge (debounced SSE in-place refresh, defects md +
  %% ledger.csv frames); DefectsPanelContainer gained the activation-snapshot
  %% freeze (EXP-036); ContextRefreshCue gained additive testId/wording
  %% overrides (second consumer: defect-drill-cue) and joins the s013 blast
  %% radius. Tester UI test-plan input; cleared at s013 delivery after the
  %% tester consumes.
  class DefectsViewScreen,DefectsPanel,DefectRow,DefectDrillContainer,DefectDetail,MttrCard,UseDefects,ContextRefreshCue s013changed;
  %% s015 / UC-S015-3 THIS commit — ReslicePreviewPanel/BeforeColumn/AfterColumn/
  %% UseReslicePreview added; the ObservatoryView re-slice dispatch branch
  %% RE-POINTED to ReslicePreviewPanel (SteerMenu -- re-slice --> ReslicePreviewPanel;
  %% the other three actions keep SteerMenu --> SteerPanel). UseSteerContext is in
  %% the UC-S015-3 blast radius too (Before-column reuse; it keeps its s014changed
  %% mark — s014 still in flight). Tester UI test-plan input; cleared at s015
  %% delivery after the tester consumes. (Separate class statement so parallel
  %% UC commits do not collide on one line.)
  class ReslicePreviewPanel,BeforeColumn,AfterColumn,UseReslicePreview s015changed;
  %% s015 / UC-S015-4 THIS commit — PromptBuilder EXTENDED (optional 4th arg
  %% {partAJob,partBJob}; re-slice picks the enriched template when a part is
  %% non-empty) + SteerPromptTemplates EXTENDED (named RESLICE_SPLIT_TEMPLATE;
  %% default export byte-identical to s014). Both MOVED out of s014changed
  %% (s014 delivered) into the s015 blast radius. ReslicePreviewPanel gained
  %% the prompt prop + slot rendering + copy/toast wiring; its container owns
  %% generation + PROMPT-FREEZE. New edges: PromptBuilder/CopyPromptButton/
  %% CopyToast --> ReslicePreviewPanel. Tester UI test-plan input; cleared at
  %% s015 delivery after the tester consumes. (Separate class statement so
  %% parallel UC commits do not collide on one line.)
  class PromptBuilder,SteerPromptTemplates s015changed;
  %% s018 / UC-S018-1 THIS commit — IntakeLauncher/IntakeWizard/
  %% WizardStepIndicator/JtbdFields/JobSentencePreview/WizardStepNav/
  %% JobSentenceLib added (see the s018 block above for the runtime routing).
  %% Tester UI test-plan input; cleared at s018 delivery after the tester
  %% consumes. (Separate class statement — parallel UC commits do not collide.)
  classDef s018changed fill:#d6f0ff,stroke:#1c7ed6,color:#000;
  class IntakeLauncher,IntakeWizard,WizardStepIndicator,JtbdFields,JobSentencePreview,WizardStepNav,JobSentenceLib s018changed;
  %% s018 / UC-S018-2 THIS commit — CodStep/CodValueSelect/CodUrgency/
  %% CodRiskOfDelay/CodScoreReadout/CodScorer added; CodStep --> IntakeWizard is
  %% the mount-seam edge (replaces the step-2 placeholder). IntakeWizard itself
  %% keeps its s018changed mark (still in flight) but gains the lifted CoD state
  %% + scoreCod call — it is in the UC-S018-2 blast radius too. Tester UI
  %% test-plan input; cleared at s018 delivery after the tester consumes.
  %% (Separate class statement so parallel UC commits do not collide on one line.)
  class CodStep,CodValueSelect,CodUrgency,CodRiskOfDelay,CodScoreReadout,CodScorer s018changed;
+   %% s018 / UC-S018-3 THIS commit — QueueRankStep/RankPreviewSentence/useQueueRank/
+   %% queueRank added; QueueRankStep --> IntakeWizard is the mount-seam edge
+   %% (replaces the step-3 placeholder); UseQueueRank --> UseItems is the READ-ONLY
+   %% reuse of the existing /items endpoint (no new route). IntakeWizard keeps its
+   %% s018changed mark (still in flight) but gains the lifted RankPreview — it is in
+   %% the UC-S018-3 blast radius too. Tester UI test-plan input; cleared at s018
+   %% delivery after the tester consumes. (Separate class statement so parallel UC
+   %% commits do not collide on one line.)
+   class QueueRankStep,RankPreviewSentence,UseQueueRank,QueueRankLib s018changed;

  %% DEFECT-014 THIS commit — node hover/focus+Enter used to open FOUR per-figure
  %% MetricSource panels in an overlapping stack; ui-designer ruling (b): ONE
  %% node-scoped composite panel with the four metrics SECTIONED. MetricSource.jsx
  %% split into MetricSourcePanel (role=tooltip container, hidden from node `open`,
  %% data-testid="metric-source-<stage>", pointer-events:none) + MetricSourceSection
  %% (the old per-kind body; KEEPS data-testid="metric-source-<stage>-<kind>" and
  %% the src-<stage>-<kind> id the metric values' aria-describedby points at).
  %% EDGES REDIRECTED: StageMetric/InFlightBadge/QueueDepth --> MetricSource removed
  %% (per-figure render gone); StageNode --> MetricSourcePanel added (one per node,
  %% sibling of the figures list). Interaction state (hover/Enter/Space open;
  %% Esc/leave/blur close; data-source-open attr) UNCHANGED at node level.
  %% Tester selectors: metric-source-<stage> = the one panel; per-kind section,
  %% source-file/source-event/summary selectors all unchanged. Tester UI
  %% test-plan input; cleared at DEF-014 closure after the tester consumes.
  MetricSourcePanel["MetricSourcePanel (DEFECT-014: the ONE node-scoped role=tooltip overlay — was four per-figure panels)"]
  MetricSourceSection["MetricSourceSection (DEFECT-014: per-kind provenance body — keeps the old metric-source-<stage>-<kind> selectors + aria-describedby target ids)"]
  MetricSourcePanel --> StageNode
  MetricSourceSection --> MetricSourcePanel
  classDef def014changed fill:#ffe3f0,stroke:#c2185b,color:#000;
  class StageNode,StageMetric,InFlightBadge,MetricSourcePanel,MetricSourceSection def014changed;
